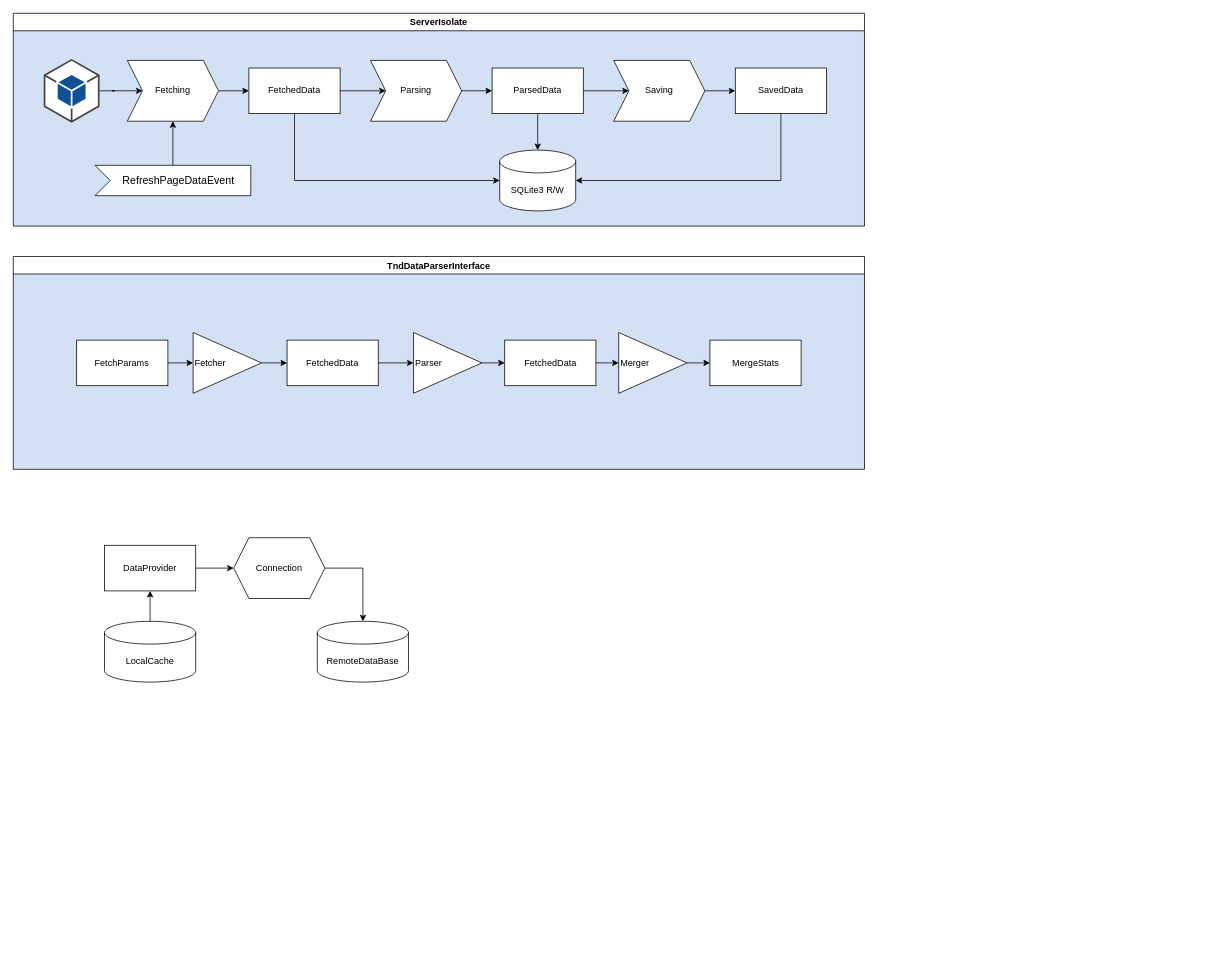
Atom735/atmos_tendarser_2 keeps this draw.io diagram as graphs.drawio. Above is the earlier version. Source tidied: cells renumbered, new cells numbered last; positions are measured from the earlier drawing's top-left corner, leaving out a move shared by most shapes. Both pictures are drawn from the tidied source at 76%, with x=0, y=0 at pixel (13, 13).
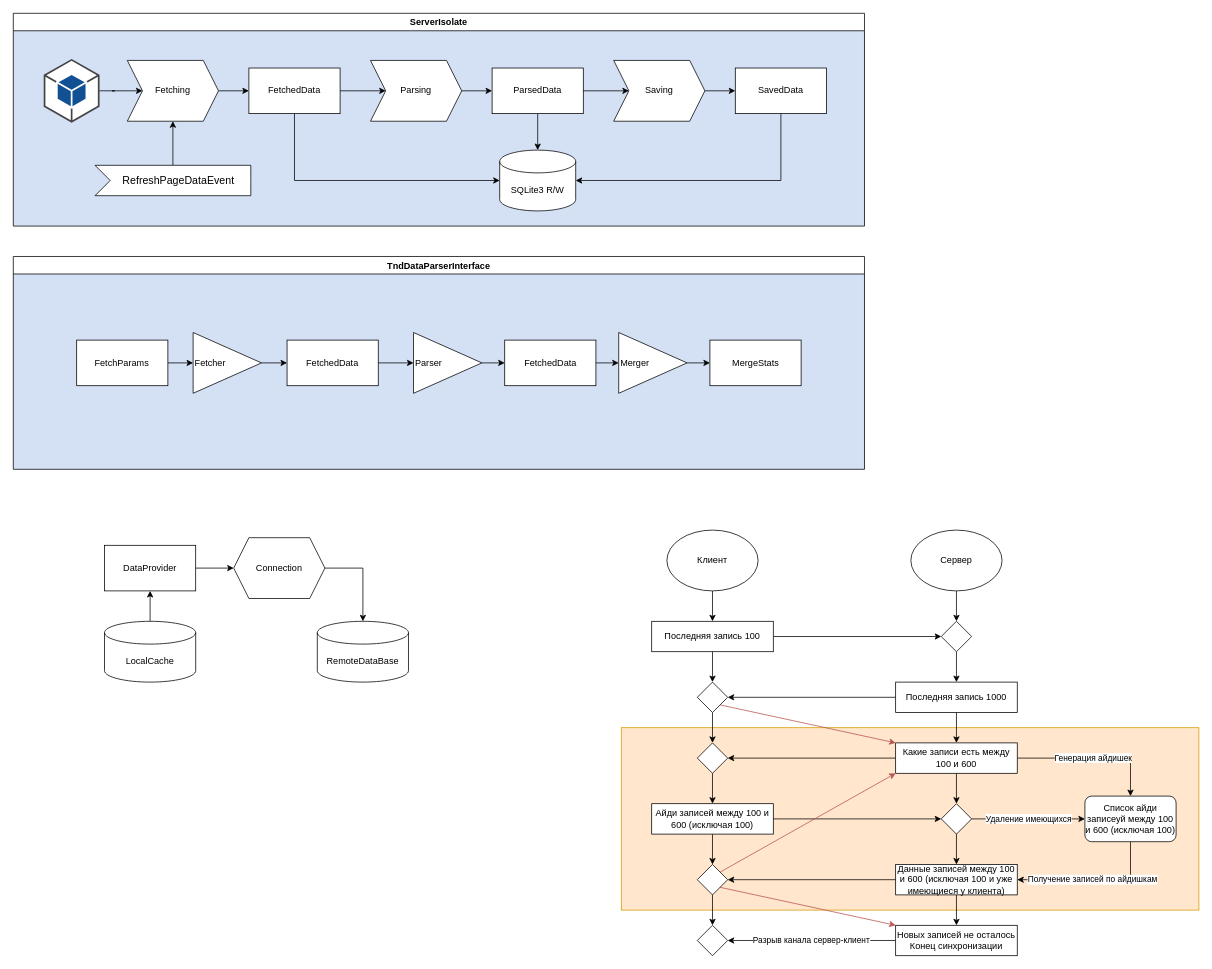
After the change.

Change to the diagram source:
```diff
@@
+    <mxCell id="45" style="rounded=0;whiteSpace=wrap;html=1;fillColor=#ffe6cc;strokeColor=#d79b00;" parent="1" vertex="1">
+      <mxGeometry x="800" y="940" width="760" height="240" as="geometry" />
+    </mxCell>
@@
+    <mxCell id="46" style="edgeStyle=orthogonalEdgeStyle;rounded=0;jettySize=auto;html=1;exitX=1;exitY=0.5;exitDx=0;exitDy=0;entryX=0;entryY=0.5;entryDx=0;entryDy=0;" parent="1" edge="1" source="48" target="54">
+      <mxGeometry relative="1" as="geometry" />
+    </mxCell>
+    <mxCell id="47" style="edgeStyle=orthogonalEdgeStyle;rounded=0;jettySize=auto;html=1;exitX=0.5;exitY=1;exitDx=0;exitDy=0;entryX=0.5;entryY=0;entryDx=0;entryDy=0;" parent="1" edge="1" source="48" target="60">
+      <mxGeometry relative="1" as="geometry" />
+    </mxCell>
+    <mxCell id="48" value="Последняя запись 100" style="rounded=0;whiteSpace=wrap;html=1;" parent="1" vertex="1">
+      <mxGeometry x="840" y="800" width="160" height="40" as="geometry" />
+    </mxCell>
+    <mxCell id="49" style="edgeStyle=orthogonalEdgeStyle;rounded=0;jettySize=auto;html=1;exitX=0.5;exitY=1;exitDx=0;exitDy=0;entryX=0.5;entryY=0;entryDx=0;entryDy=0;" parent="1" edge="1" source="50" target="48">
+      <mxGeometry relative="1" as="geometry" />
+    </mxCell>
+    <mxCell id="50" value="Клиент" style="ellipse;whiteSpace=wrap;html=1;" parent="1" vertex="1">
+      <mxGeometry x="860" y="680" width="120" height="80" as="geometry" />
+    </mxCell>
+    <mxCell id="51" style="edgeStyle=orthogonalEdgeStyle;rounded=0;jettySize=auto;html=1;exitX=0.5;exitY=1;exitDx=0;exitDy=0;entryX=0.5;entryY=0;entryDx=0;entryDy=0;" parent="1" edge="1" source="52" target="54">
+      <mxGeometry relative="1" as="geometry" />
+    </mxCell>
+    <mxCell id="52" value="Сервер" style="ellipse;whiteSpace=wrap;html=1;" parent="1" vertex="1">
+      <mxGeometry x="1181" y="680" width="120" height="80" as="geometry" />
+    </mxCell>
+    <mxCell id="53" style="edgeStyle=orthogonalEdgeStyle;rounded=0;jettySize=auto;html=1;exitX=0.5;exitY=1;exitDx=0;exitDy=0;entryX=0.5;entryY=0;entryDx=0;entryDy=0;" parent="1" edge="1" source="54" target="57">
+      <mxGeometry relative="1" as="geometry" />
+    </mxCell>
+    <mxCell id="54" style="rhombus;whiteSpace=wrap;html=1;" parent="1" vertex="1">
+      <mxGeometry x="1221" y="800" width="40" height="40" as="geometry" />
+    </mxCell>
+    <mxCell id="55" style="edgeStyle=orthogonalEdgeStyle;rounded=0;jettySize=auto;html=1;exitX=0;exitY=0.5;exitDx=0;exitDy=0;entryX=1;entryY=0.5;entryDx=0;entryDy=0;" parent="1" edge="1" source="57" target="60">
+      <mxGeometry relative="1" as="geometry" />
+    </mxCell>
+    <mxCell id="56" style="edgeStyle=orthogonalEdgeStyle;rounded=0;jettySize=auto;html=1;exitX=0.5;exitY=1;exitDx=0;exitDy=0;entryX=0.5;entryY=0;entryDx=0;entryDy=0;" parent="1" edge="1" source="57" target="64">
+      <mxGeometry relative="1" as="geometry" />
+    </mxCell>
+    <mxCell id="57" value="Последняя запись 1000" style="rounded=0;whiteSpace=wrap;html=1;" parent="1" vertex="1">
+      <mxGeometry x="1161" y="880" width="160" height="40" as="geometry" />
+    </mxCell>
+    <mxCell id="58" style="edgeStyle=orthogonalEdgeStyle;rounded=0;jettySize=auto;html=1;exitX=0.5;exitY=1;exitDx=0;exitDy=0;entryX=0.5;entryY=0;entryDx=0;entryDy=0;" parent="1" edge="1" source="60" target="66">
+      <mxGeometry relative="1" as="geometry" />
+    </mxCell>
+    <mxCell id="59" style="rounded=0;jettySize=auto;html=1;exitX=1;exitY=1;exitDx=0;exitDy=0;entryX=0;entryY=0;entryDx=0;entryDy=0;fillColor=#f8cecc;strokeColor=#b85450;" parent="1" edge="1" source="60" target="64">
+      <mxGeometry relative="1" as="geometry" />
+    </mxCell>
+    <mxCell id="60" style="rhombus;whiteSpace=wrap;html=1;" parent="1" vertex="1">
+      <mxGeometry x="900" y="880" width="40" height="40" as="geometry" />
+    </mxCell>
+    <mxCell id="61" style="edgeStyle=orthogonalEdgeStyle;rounded=0;jettySize=auto;html=1;exitX=0;exitY=0.5;exitDx=0;exitDy=0;entryX=1;entryY=0.5;entryDx=0;entryDy=0;" parent="1" edge="1" source="64" target="66">
+      <mxGeometry relative="1" as="geometry" />
+    </mxCell>
+    <mxCell id="62" style="edgeStyle=orthogonalEdgeStyle;rounded=0;jettySize=auto;html=1;exitX=0.5;exitY=1;exitDx=0;exitDy=0;entryX=0.5;entryY=0;entryDx=0;entryDy=0;" parent="1" edge="1" source="64" target="72">
+      <mxGeometry relative="1" as="geometry" />
+    </mxCell>
+    <mxCell id="63" value="Генерация айдишек" style="edgeStyle=orthogonalEdgeStyle;rounded=0;jettySize=auto;html=1;exitX=1;exitY=0.5;exitDx=0;exitDy=0;entryX=0.5;entryY=0;entryDx=0;entryDy=0;" parent="1" edge="1" source="64" target="74">
+      <mxGeometry relative="1" as="geometry" />
+    </mxCell>
+    <mxCell id="64" value="Какие записи есть между 100 и 600" style="rounded=0;whiteSpace=wrap;html=1;" parent="1" vertex="1">
+      <mxGeometry x="1161" y="960" width="160" height="40" as="geometry" />
+    </mxCell>
+    <mxCell id="65" style="edgeStyle=orthogonalEdgeStyle;rounded=0;jettySize=auto;html=1;exitX=0.5;exitY=1;exitDx=0;exitDy=0;entryX=0.5;entryY=0;entryDx=0;entryDy=0;" parent="1" edge="1" source="66" target="69">
+      <mxGeometry relative="1" as="geometry" />
+    </mxCell>
+    <mxCell id="66" style="rhombus;whiteSpace=wrap;html=1;" parent="1" vertex="1">
+      <mxGeometry x="900" y="960" width="40" height="40" as="geometry" />
+    </mxCell>
+    <mxCell id="67" style="edgeStyle=orthogonalEdgeStyle;rounded=0;jettySize=auto;html=1;exitX=1;exitY=0.5;exitDx=0;exitDy=0;entryX=0;entryY=0.5;entryDx=0;entryDy=0;" parent="1" edge="1" source="69" target="72">
+      <mxGeometry relative="1" as="geometry" />
+    </mxCell>
+    <mxCell id="68" style="edgeStyle=orthogonalEdgeStyle;rounded=0;jettySize=auto;html=1;exitX=0.5;exitY=1;exitDx=0;exitDy=0;entryX=0.5;entryY=0;entryDx=0;entryDy=0;" parent="1" edge="1" source="69" target="81">
+      <mxGeometry relative="1" as="geometry" />
+    </mxCell>
+    <mxCell id="69" value="Айди записей между 100 и 600 (исключая 100)" style="rounded=0;whiteSpace=wrap;html=1;" parent="1" vertex="1">
+      <mxGeometry x="840" y="1040" width="160" height="40" as="geometry" />
+    </mxCell>
+    <mxCell id="70" value="Удаление имеющихся" style="edgeStyle=orthogonalEdgeStyle;rounded=0;jettySize=auto;html=1;exitX=1;exitY=0.5;exitDx=0;exitDy=0;entryX=0;entryY=0.5;entryDx=0;entryDy=0;" parent="1" edge="1" source="72" target="74">
+      <mxGeometry relative="1" as="geometry" />
+    </mxCell>
+    <mxCell id="71" style="edgeStyle=orthogonalEdgeStyle;rounded=0;jettySize=auto;html=1;exitX=0.5;exitY=1;exitDx=0;exitDy=0;entryX=0.5;entryY=0;entryDx=0;entryDy=0;" parent="1" edge="1" source="72" target="77">
+      <mxGeometry relative="1" as="geometry" />
+    </mxCell>
+    <mxCell id="72" style="rhombus;whiteSpace=wrap;html=1;" parent="1" vertex="1">
+      <mxGeometry x="1221" y="1040" width="40" height="40" as="geometry" />
+    </mxCell>
+    <mxCell id="73" value="Получение записей по айдишкам" style="edgeStyle=orthogonalEdgeStyle;rounded=0;jettySize=auto;html=1;exitX=0.5;exitY=1;exitDx=0;exitDy=0;entryX=1;entryY=0.5;entryDx=0;entryDy=0;" parent="1" edge="1" source="74" target="77">
+      <mxGeometry relative="1" as="geometry" />
+    </mxCell>
+    <mxCell id="74" value="Список айди записеуй между 100 и 600 (исключая 100)" style="rounded=1;whiteSpace=wrap;html=1;" parent="1" vertex="1">
+      <mxGeometry x="1410" y="1030" width="120" height="60" as="geometry" />
+    </mxCell>
+    <mxCell id="75" style="edgeStyle=orthogonalEdgeStyle;rounded=0;jettySize=auto;html=1;exitX=0;exitY=0.5;exitDx=0;exitDy=0;entryX=1;entryY=0.5;entryDx=0;entryDy=0;" parent="1" edge="1" source="77" target="81">
+      <mxGeometry relative="1" as="geometry" />
+    </mxCell>
+    <mxCell id="76" style="edgeStyle=orthogonalEdgeStyle;rounded=0;jettySize=auto;html=1;exitX=0.5;exitY=1;exitDx=0;exitDy=0;entryX=0.5;entryY=0;entryDx=0;entryDy=0;" parent="1" edge="1" source="77" target="83">
+      <mxGeometry relative="1" as="geometry" />
+    </mxCell>
+    <mxCell id="77" value="Данные записей между 100 и 600 (исключая 100 и уже имеющиеся у клиента)" style="rounded=0;whiteSpace=wrap;html=1;" parent="1" vertex="1">
+      <mxGeometry x="1161" y="1120" width="160" height="40" as="geometry" />
+    </mxCell>
+    <mxCell id="78" style="edgeStyle=orthogonalEdgeStyle;rounded=0;jettySize=auto;html=1;exitX=0.5;exitY=1;exitDx=0;exitDy=0;entryX=0.5;entryY=0;entryDx=0;entryDy=0;" parent="1" edge="1" source="81" target="84">
+      <mxGeometry relative="1" as="geometry" />
+    </mxCell>
+    <mxCell id="79" style="edgeStyle=none;rounded=0;jettySize=auto;html=1;exitX=1;exitY=0;exitDx=0;exitDy=0;entryX=0;entryY=1;entryDx=0;entryDy=0;fillColor=#f8cecc;strokeColor=#b85450;" parent="1" edge="1" source="81" target="64">
+      <mxGeometry relative="1" as="geometry" />
+    </mxCell>
+    <mxCell id="80" style="edgeStyle=none;rounded=0;jettySize=auto;html=1;exitX=1;exitY=1;exitDx=0;exitDy=0;entryX=0;entryY=0;entryDx=0;entryDy=0;fillColor=#f8cecc;strokeColor=#b85450;" parent="1" edge="1" source="81" target="83">
+      <mxGeometry relative="1" as="geometry" />
+    </mxCell>
+    <mxCell id="81" style="rhombus;whiteSpace=wrap;html=1;" parent="1" vertex="1">
+      <mxGeometry x="900" y="1120" width="40" height="40" as="geometry" />
+    </mxCell>
+    <mxCell id="82" value="Разрыв канала сервер-клиент" style="edgeStyle=orthogonalEdgeStyle;rounded=0;jettySize=auto;html=1;exitX=0;exitY=0.5;exitDx=0;exitDy=0;entryX=1;entryY=0.5;entryDx=0;entryDy=0;" parent="1" edge="1" source="83" target="84">
+      <mxGeometry relative="1" as="geometry" />
+    </mxCell>
+    <mxCell id="83" value="Новых записей не осталось&lt;br&gt;Конец синхронизации" style="rounded=0;whiteSpace=wrap;html=1;" parent="1" vertex="1">
+      <mxGeometry x="1161" y="1200" width="160" height="40" as="geometry" />
+    </mxCell>
+    <mxCell id="84" style="rhombus;whiteSpace=wrap;html=1;" parent="1" vertex="1">
+      <mxGeometry x="900" y="1200" width="40" height="40" as="geometry" />
+    </mxCell>
```
